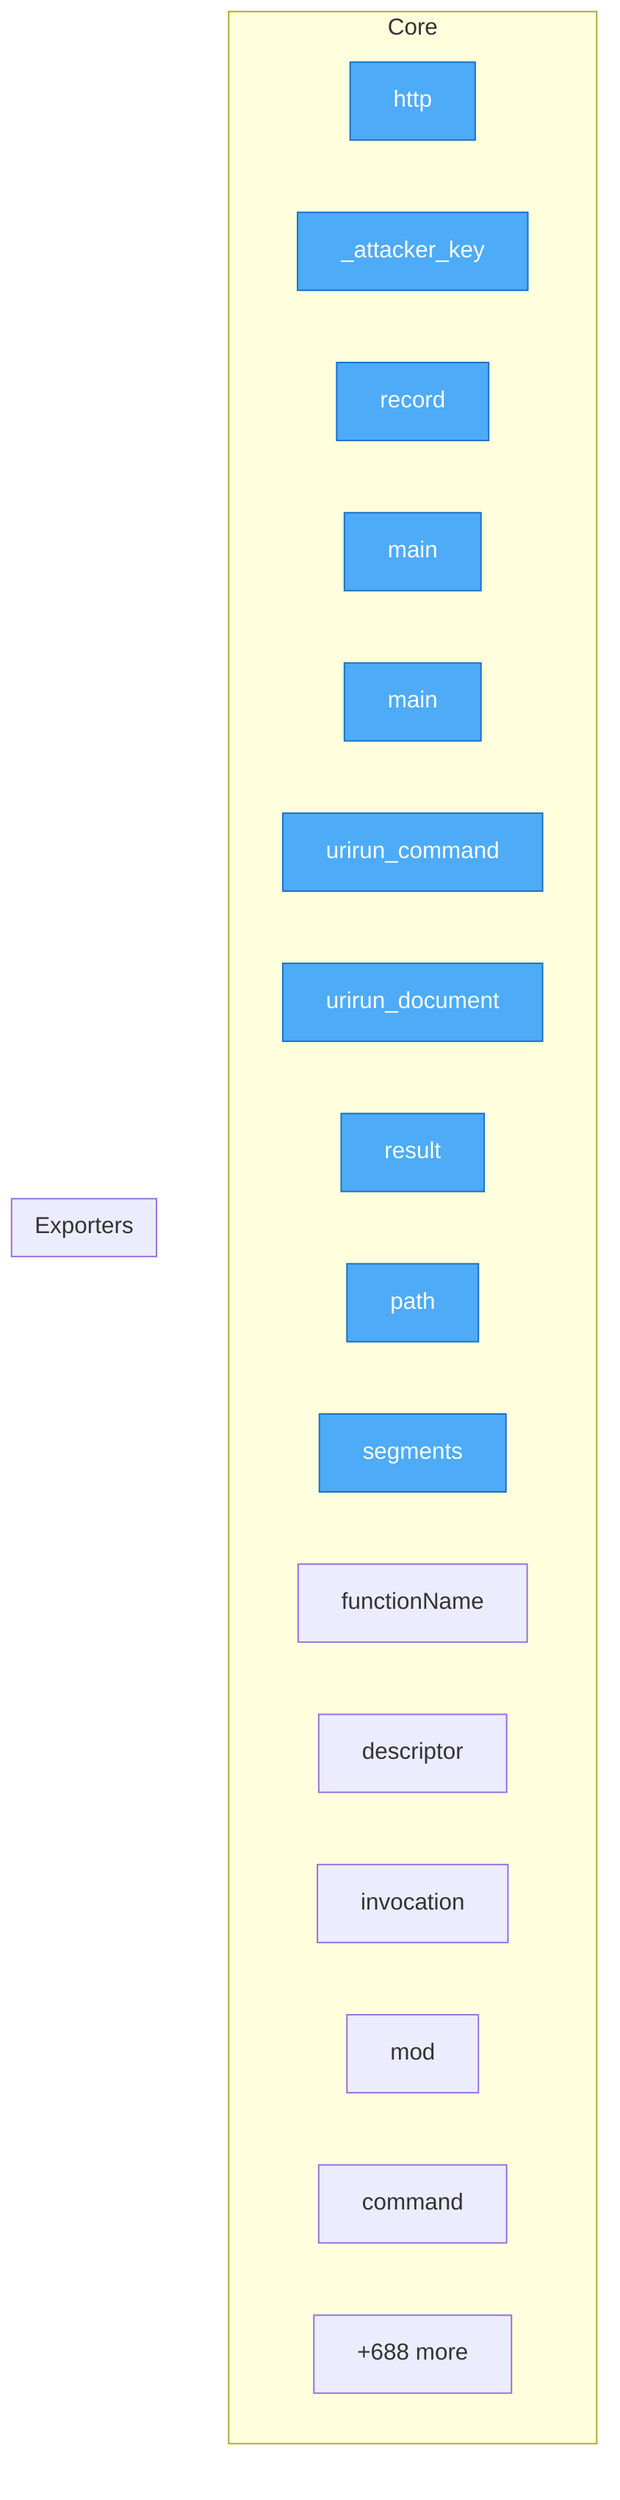
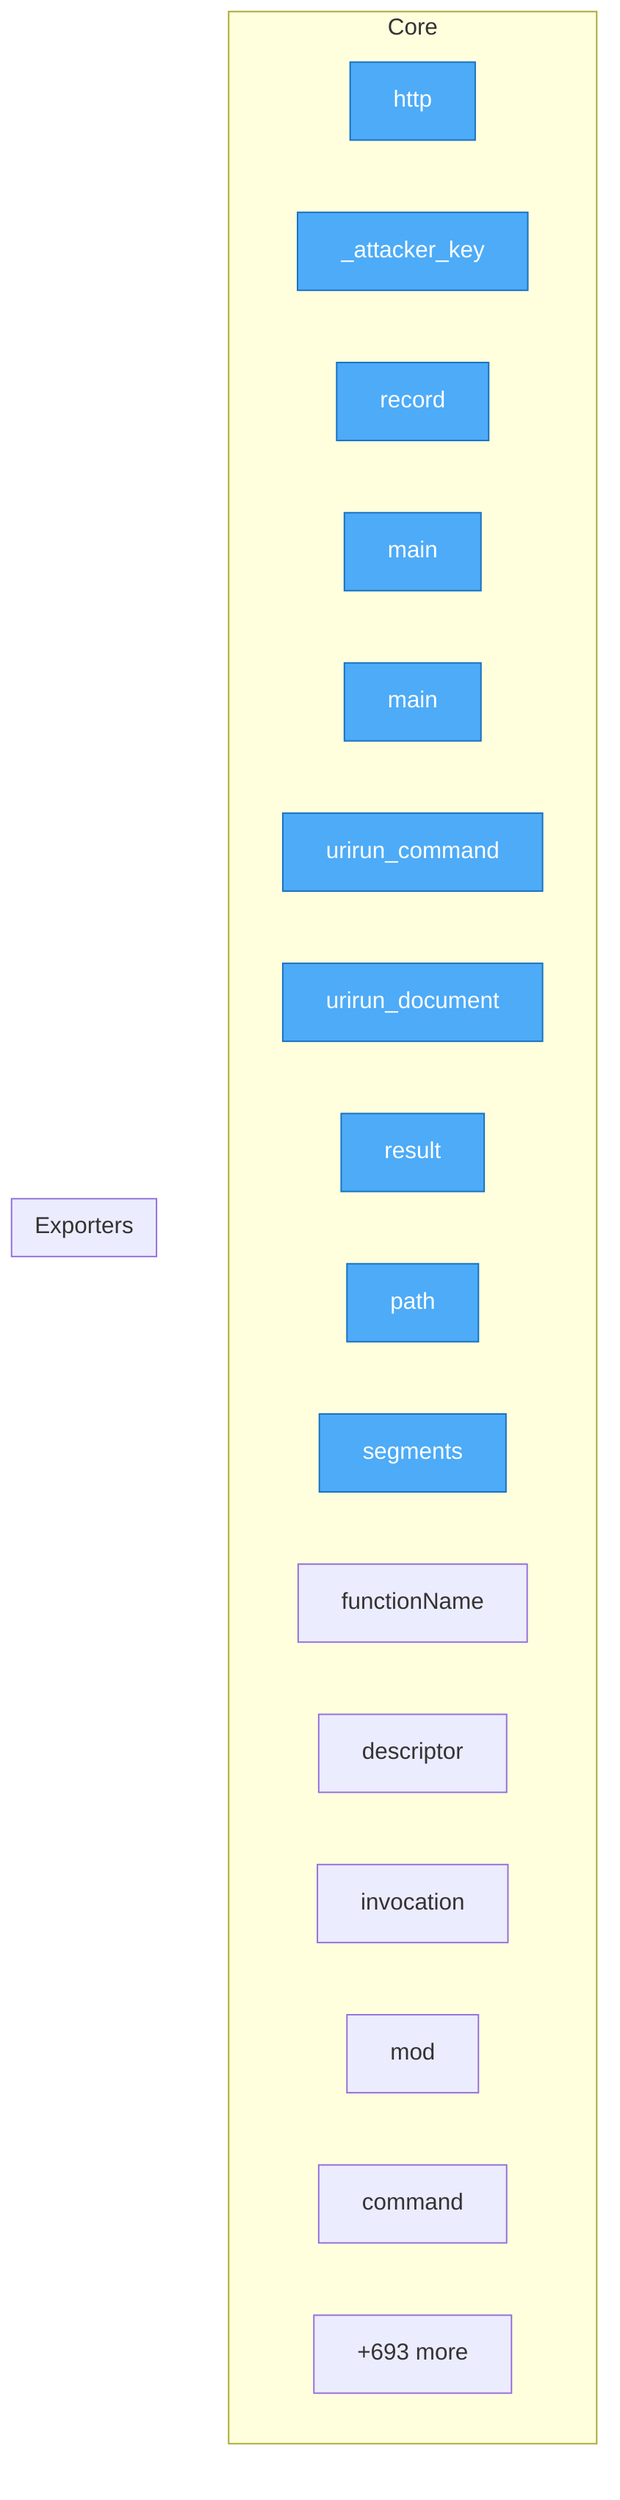
flowchart TD
- %% generated in 0.04s
+ %% generated in 0.21s

    %% Entry points (blue)
    classDef entry fill:#4dabf7,stroke:#1971c2,color:#fff

    subgraph Core
        security__mesh_probe__probe__http["http"]
        security__mesh_probe__probe___attacker_key["_attacker_key"]
        security__mesh_probe__probe__record["record"]
        adapters__conformance__main["main"]
        adapters__new_connector__main["main"]
        adapters__bash__urirun__urirun_command["urirun_command"]
        adapters__bash__urirun__urirun_document["urirun_document"]
        adapters__js__index__test__result["result"]
        adapters__js__path["path"]
        adapters__js__segments["segments"]
        adapters__js__functionName["functionName"]
        adapters__js__descriptor["descriptor"]
        adapters__js__invocation["invocation"]
        adapters__js__mod["mod"]
        adapters__java__Urirun__Urirun__command["command"]
-         ...["+688 more"]
+         ...["+693 more"]
    end

    subgraph Exporters
    end

    class security__mesh_probe__probe__http,security__mesh_probe__probe___attacker_key,security__mesh_probe__probe__record,adapters__conformance__main,adapters__new_connector__main,adapters__bash__urirun__urirun_command,adapters__bash__urirun__urirun_document,adapters__js__index__test__result,adapters__js__path,adapters__js__segments entry
